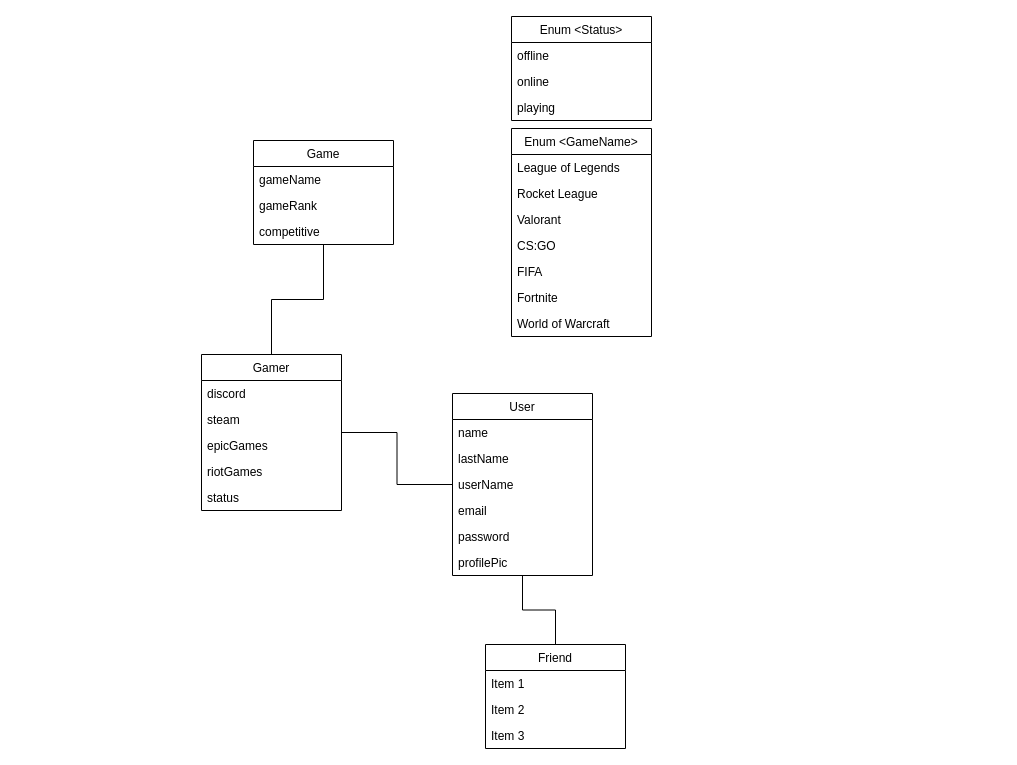
The draw.io diagram Documentación/UML.drawio in javmarjae/TFG, before the edit. Source tidied: cells renumbered, new cells numbered last; positions are measured from the earlier drawing's top-left corner, leaving out a move shared by most shapes. Both pictures are drawn from the tidied source at 100%, with x=0, y=0 at pixel (201, 16).
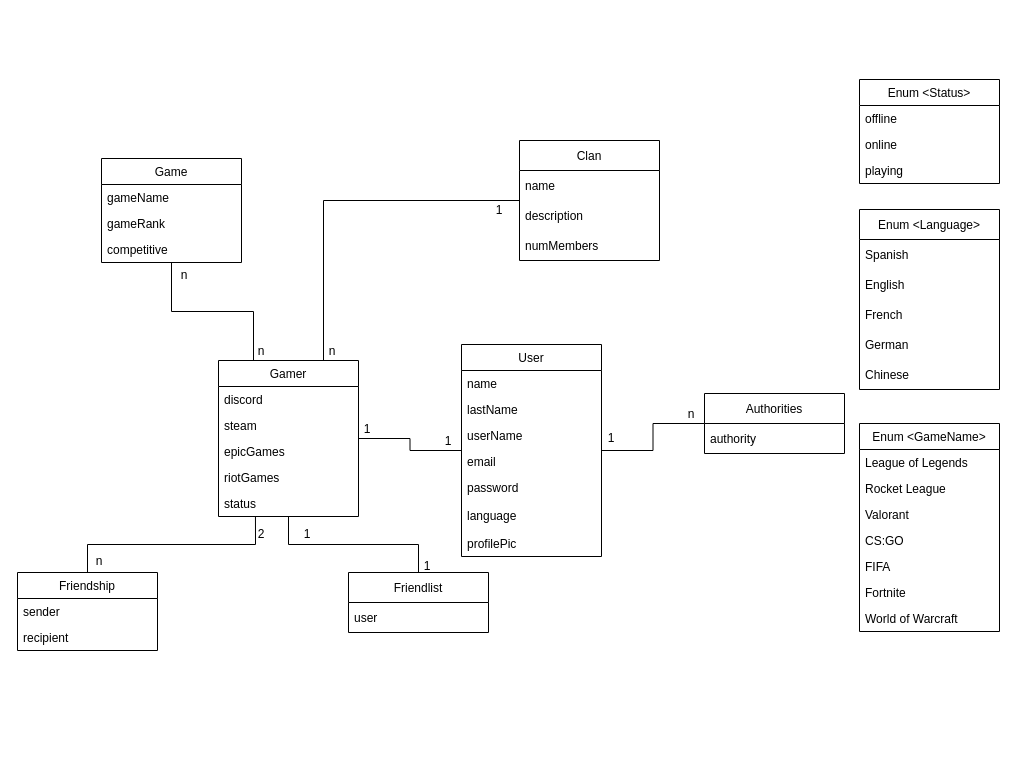
After the change.

Commit message:
Actualización del UML

The change refers to these unchanged cells:
```xml
<mxCell id="33" value="status" style="text;strokeColor=none;fillColor=none;align=left;verticalAlign=top;spacingLeft=4;spacingRight=4;overflow=hidden;points=[[0,0.5],[1,0.5]];portConstraint=eastwest;" parent="28" vertex="1">
  <mxGeometry y="130" width="140" height="26" as="geometry" />
</mxCell>
```

Diff of the diagram source:
```diff
@@
-    <mxCell id="2" style="edgeStyle=orthogonalEdgeStyle;rounded=0;jettySize=auto;html=1;entryX=0.5;entryY=0;entryDx=0;entryDy=0;endArrow=none;endFill=0;" parent="1" edge="1" source="4" target="23">
-      <mxGeometry relative="1" as="geometry" />
-    </mxCell>
@@
     <mxCell id="4" value="User" style="swimlane;fontStyle=0;horizontal=1;startSize=26;fillColor=none;" parent="1" vertex="1">
-      <mxGeometry x="251" y="377" width="140" height="182" as="geometry" />
+      <mxGeometry x="260" y="328" width="140" height="212" as="geometry" />
     </mxCell>
@@
+    <mxCell id="38" value="language" style="text;strokeColor=none;fillColor=none;align=left;verticalAlign=middle;spacingLeft=4;spacingRight=4;overflow=hidden;" parent="4" vertex="1">
+      <mxGeometry y="156" width="140" height="30" as="geometry" />
+    </mxCell>
     <mxCell id="10" value="profilePic" style="text;strokeColor=none;fillColor=none;align=left;verticalAlign=top;spacingLeft=4;spacingRight=4;overflow=hidden;" parent="4" vertex="1">
-      <mxGeometry y="156" width="140" height="26" as="geometry" />
+      <mxGeometry y="186" width="140" height="26" as="geometry" />
     </mxCell>
     <mxCell id="11" value="Game" style="swimlane;fontStyle=0;horizontal=1;startSize=26;fillColor=none;" parent="1" vertex="1">
-      <mxGeometry x="52" y="124" width="140" height="104" as="geometry" />
+      <mxGeometry x="-100" y="142" width="140" height="104" as="geometry" />
     </mxCell>
@@
     <mxCell id="15" value="Enum &lt;GameName&gt;" style="swimlane;fontStyle=0;horizontal=1;startSize=26;fillColor=none;" parent="1" vertex="1">
-      <mxGeometry x="310" y="112" width="140" height="208" as="geometry" />
+      <mxGeometry x="658" y="407" width="140" height="208" as="geometry" />
     </mxCell>
@@
+    <mxCell id="39" style="edgeStyle=orthogonalEdgeStyle;rounded=0;jettySize=auto;html=1;endArrow=none;endFill=0;entryX=0.264;entryY=1;entryDx=0;entryDy=0;entryPerimeter=0;" parent="1" edge="1" source="23" target="33">
+      <mxGeometry relative="1" as="geometry" />
+    </mxCell>
-    <mxCell id="23" value="Friend" style="swimlane;fontStyle=0;horizontal=1;startSize=26;fillColor=none;" parent="1" vertex="1">
-      <mxGeometry x="284" y="628" width="140" height="104" as="geometry" />
+    <mxCell id="23" value="Friendship" style="swimlane;fontStyle=0;horizontal=1;startSize=26;fillColor=none;" parent="1" vertex="1">
+      <mxGeometry x="-184" y="556" width="140" height="78" as="geometry" />
     </mxCell>
-    <mxCell id="24" value="Item 1" style="text;strokeColor=none;fillColor=none;align=left;verticalAlign=top;spacingLeft=4;spacingRight=4;overflow=hidden;" parent="23" vertex="1">
+    <mxCell id="24" value="sender" style="text;strokeColor=none;fillColor=none;align=left;verticalAlign=top;spacingLeft=4;spacingRight=4;overflow=hidden;" parent="23" vertex="1">
       <mxGeometry y="26" width="140" height="26" as="geometry" />
     </mxCell>
-    <mxCell id="25" value="Item 2" style="text;strokeColor=none;fillColor=none;align=left;verticalAlign=top;spacingLeft=4;spacingRight=4;overflow=hidden;" parent="23" vertex="1">
+    <mxCell id="25" value="recipient" style="text;strokeColor=none;fillColor=none;align=left;verticalAlign=top;spacingLeft=4;spacingRight=4;overflow=hidden;" parent="23" vertex="1">
       <mxGeometry y="52" width="140" height="26" as="geometry" />
     </mxCell>
-    <mxCell id="26" value="Item 3" style="text;strokeColor=none;fillColor=none;align=left;verticalAlign=top;spacingLeft=4;spacingRight=4;overflow=hidden;" parent="23" vertex="1">
-      <mxGeometry y="78" width="140" height="26" as="geometry" />
-    </mxCell>
-    <mxCell id="27" style="edgeStyle=orthogonalEdgeStyle;rounded=0;jettySize=auto;html=1;endArrow=none;endFill=0;" parent="1" edge="1" source="28" target="11">
+    <mxCell id="27" style="edgeStyle=orthogonalEdgeStyle;rounded=0;jettySize=auto;html=1;endArrow=none;endFill=0;exitX=0.25;exitY=0;exitDx=0;exitDy=0;" parent="1" edge="1" source="28" target="11">
       <mxGeometry relative="1" as="geometry" />
     </mxCell>
     <mxCell id="28" value="Gamer" style="swimlane;fontStyle=0;horizontal=1;startSize=26;fillColor=none;" parent="1" vertex="1">
-      <mxGeometry y="338" width="140" height="156" as="geometry" />
+      <mxGeometry x="17" y="344" width="140" height="156" as="geometry" />
     </mxCell>
@@
     <mxCell id="34" value="Enum &lt;Status&gt;" style="swimlane;fontStyle=0;horizontal=1;startSize=26;fillColor=none;" parent="1" vertex="1">
-      <mxGeometry x="310" width="140" height="104" as="geometry" />
+      <mxGeometry x="658" y="63" width="140" height="104" as="geometry" />
     </mxCell>
@@
+    <mxCell id="40" style="edgeStyle=orthogonalEdgeStyle;rounded=0;jettySize=auto;html=1;endArrow=none;endFill=0;" parent="1" edge="1" source="41" target="4">
+      <mxGeometry relative="1" as="geometry" />
+    </mxCell>
+    <mxCell id="41" value="Authorities" style="swimlane;fontStyle=0;horizontal=1;startSize=30;" parent="1" vertex="1">
+      <mxGeometry x="503" y="377" width="140" height="60" as="geometry" />
+    </mxCell>
+    <mxCell id="42" value="authority" style="text;strokeColor=none;fillColor=none;align=left;verticalAlign=middle;spacingLeft=4;spacingRight=4;overflow=hidden;" parent="41" vertex="1">
+      <mxGeometry y="30" width="140" height="30" as="geometry" />
+    </mxCell>
+    <mxCell id="43" style="edgeStyle=orthogonalEdgeStyle;rounded=0;jettySize=auto;html=1;endArrow=none;endFill=0;entryX=0.75;entryY=0;entryDx=0;entryDy=0;" parent="1" edge="1" source="44" target="28">
+      <mxGeometry relative="1" as="geometry" />
+    </mxCell>
+    <mxCell id="44" value="Clan" style="swimlane;fontStyle=0;horizontal=1;startSize=30;" parent="1" vertex="1">
+      <mxGeometry x="318" y="124" width="140" height="120" as="geometry" />
+    </mxCell>
+    <mxCell id="45" value="name" style="text;strokeColor=none;fillColor=none;align=left;verticalAlign=middle;spacingLeft=4;spacingRight=4;overflow=hidden;" parent="44" vertex="1">
+      <mxGeometry y="30" width="140" height="30" as="geometry" />
+    </mxCell>
+    <mxCell id="46" value="description" style="text;strokeColor=none;fillColor=none;align=left;verticalAlign=middle;spacingLeft=4;spacingRight=4;overflow=hidden;" parent="44" vertex="1">
+      <mxGeometry y="60" width="140" height="30" as="geometry" />
+    </mxCell>
+    <mxCell id="47" value="numMembers" style="text;strokeColor=none;fillColor=none;align=left;verticalAlign=middle;spacingLeft=4;spacingRight=4;overflow=hidden;" parent="44" vertex="1">
+      <mxGeometry y="90" width="140" height="30" as="geometry" />
+    </mxCell>
+    <mxCell id="48" value="1" style="text;html=1;strokeColor=none;fillColor=none;align=center;verticalAlign=middle;whiteSpace=wrap;rounded=0;" parent="1" vertex="1">
+      <mxGeometry x="136" y="398" width="60" height="30" as="geometry" />
+    </mxCell>
+    <mxCell id="49" value="1" style="text;html=1;strokeColor=none;fillColor=none;align=center;verticalAlign=middle;whiteSpace=wrap;rounded=0;" parent="1" vertex="1">
+      <mxGeometry x="217" y="410" width="60" height="30" as="geometry" />
+    </mxCell>
+    <mxCell id="50" value="n" style="text;html=1;strokeColor=none;fillColor=none;align=center;verticalAlign=middle;whiteSpace=wrap;rounded=0;" parent="1" vertex="1">
+      <mxGeometry x="460" y="383" width="60" height="30" as="geometry" />
+    </mxCell>
+    <mxCell id="51" value="1" style="text;html=1;strokeColor=none;fillColor=none;align=center;verticalAlign=middle;whiteSpace=wrap;rounded=0;" parent="1" vertex="1">
+      <mxGeometry x="380" y="407" width="60" height="30" as="geometry" />
+    </mxCell>
+    <mxCell id="52" value="n" style="text;html=1;strokeColor=none;fillColor=none;align=center;verticalAlign=middle;whiteSpace=wrap;rounded=0;" parent="1" vertex="1">
+      <mxGeometry x="-47" y="244" width="60" height="30" as="geometry" />
+    </mxCell>
+    <mxCell id="53" value="n" style="text;html=1;strokeColor=none;fillColor=none;align=center;verticalAlign=middle;whiteSpace=wrap;rounded=0;" parent="1" vertex="1">
+      <mxGeometry x="30" y="320" width="60" height="30" as="geometry" />
+    </mxCell>
+    <mxCell id="54" value="n" style="text;html=1;strokeColor=none;fillColor=none;align=center;verticalAlign=middle;whiteSpace=wrap;rounded=0;" parent="1" vertex="1">
+      <mxGeometry x="101" y="320" width="60" height="30" as="geometry" />
+    </mxCell>
+    <mxCell id="55" value="1" style="text;html=1;strokeColor=none;fillColor=none;align=center;verticalAlign=middle;whiteSpace=wrap;rounded=0;" parent="1" vertex="1">
+      <mxGeometry x="268" y="179" width="60" height="30" as="geometry" />
+    </mxCell>
+    <mxCell id="56" value="2" style="text;html=1;strokeColor=none;fillColor=none;align=center;verticalAlign=middle;whiteSpace=wrap;rounded=0;" parent="1" vertex="1">
+      <mxGeometry x="30" y="503" width="60" height="30" as="geometry" />
+    </mxCell>
+    <mxCell id="57" value="n" style="text;html=1;strokeColor=none;fillColor=none;align=center;verticalAlign=middle;whiteSpace=wrap;rounded=0;" parent="1" vertex="1">
+      <mxGeometry x="-132" y="530" width="60" height="30" as="geometry" />
+    </mxCell>
+    <mxCell id="58" value="Enum &lt;Language&gt;" style="swimlane;fontStyle=0;horizontal=1;startSize=30;" parent="1" vertex="1">
+      <mxGeometry x="658" y="193" width="140" height="180" as="geometry" />
+    </mxCell>
+    <mxCell id="59" value="Spanish" style="text;strokeColor=none;fillColor=none;align=left;verticalAlign=middle;spacingLeft=4;spacingRight=4;overflow=hidden;" parent="58" vertex="1">
+      <mxGeometry y="30" width="140" height="30" as="geometry" />
+    </mxCell>
+    <mxCell id="60" value="English" style="text;strokeColor=none;fillColor=none;align=left;verticalAlign=middle;spacingLeft=4;spacingRight=4;overflow=hidden;" parent="58" vertex="1">
+      <mxGeometry y="60" width="140" height="30" as="geometry" />
+    </mxCell>
+    <mxCell id="61" value="French" style="text;strokeColor=none;fillColor=none;align=left;verticalAlign=middle;spacingLeft=4;spacingRight=4;overflow=hidden;" parent="58" vertex="1">
+      <mxGeometry y="90" width="140" height="30" as="geometry" />
+    </mxCell>
+    <mxCell id="62" value="German" style="text;strokeColor=none;fillColor=none;align=left;verticalAlign=middle;spacingLeft=4;spacingRight=4;overflow=hidden;" parent="58" vertex="1">
+      <mxGeometry y="120" width="140" height="30" as="geometry" />
+    </mxCell>
+    <mxCell id="63" value="Chinese" style="text;strokeColor=none;fillColor=none;align=left;verticalAlign=middle;spacingLeft=4;spacingRight=4;overflow=hidden;" parent="58" vertex="1">
+      <mxGeometry y="150" width="140" height="30" as="geometry" />
+    </mxCell>
+    <mxCell id="64" style="edgeStyle=orthogonalEdgeStyle;rounded=0;jettySize=auto;html=1;endArrow=none;endFill=0;" parent="1" edge="1" source="65" target="28">
+      <mxGeometry relative="1" as="geometry" />
+    </mxCell>
+    <mxCell id="65" value="Friendlist" style="swimlane;fontStyle=0;horizontal=1;startSize=30;" parent="1" vertex="1">
+      <mxGeometry x="147" y="556" width="140" height="60" as="geometry" />
+    </mxCell>
+    <mxCell id="66" value="user" style="text;strokeColor=none;fillColor=none;align=left;verticalAlign=middle;spacingLeft=4;spacingRight=4;overflow=hidden;" parent="65" vertex="1">
+      <mxGeometry y="30" width="140" height="30" as="geometry" />
+    </mxCell>
+    <mxCell id="67" value="1" style="text;html=1;strokeColor=none;fillColor=none;align=center;verticalAlign=middle;whiteSpace=wrap;rounded=0;" parent="1" vertex="1">
+      <mxGeometry x="76" y="503" width="60" height="30" as="geometry" />
+    </mxCell>
+    <mxCell id="68" value="1" style="text;html=1;strokeColor=none;fillColor=none;align=center;verticalAlign=middle;whiteSpace=wrap;rounded=0;" parent="1" vertex="1">
+      <mxGeometry x="196" y="535" width="60" height="30" as="geometry" />
+    </mxCell>
```
